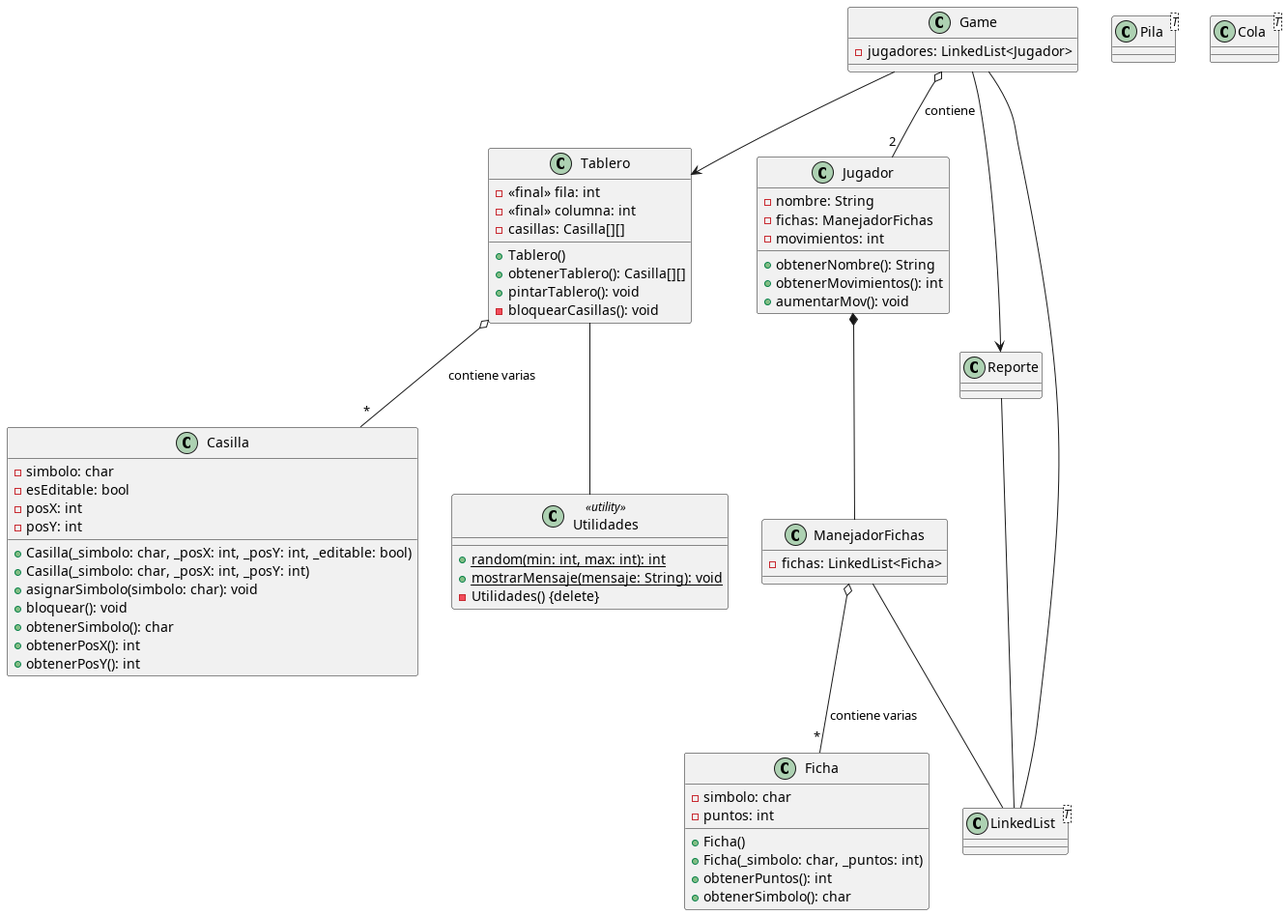
The PlantUML diagram design/Clases.png in JuanGio31/scrabble, before a commit. The source it was exported from:
```plantuml
@startuml Clases

class Casilla {
    - simbolo: char
    - esEditable: bool
    - posX: int
    - posY: int

    + Casilla(_simbolo: char, _posX: int, _posY: int, _editable: bool)
    + Casilla(_simbolo: char, _posX: int, _posY: int)
    + asignarSimbolo(simbolo: char): void
    + bloquear(): void
    + obtenerSimbolo(): char
    + obtenerPosX(): int
    + obtenerPosY(): int
}

class Tablero {
    - <<final>> fila: int
    - <<final>> columna: int
    - casillas: Casilla[][]

    + Tablero()
    + obtenerTablero(): Casilla[][]
    + pintarTablero(): void
    - bloquearCasillas(): void
}

class Utilidades <<utility>> {
    {static} + random(min: int, max: int): int
    {static} + mostrarMensaje(mensaje: String): void
    - Utilidades() {delete}
}

class Game {
    - jugadores: LinkedList<Jugador>
}

class Jugador {
    - nombre: String
    - fichas: ManejadorFichas
    - movimientos: int
    + obtenerNombre(): String
    + obtenerMovimientos(): int
    + aumentarMov(): void
}

class ManejadorFichas {
    - fichas: LinkedList<Ficha>
}

class Ficha {
    - simbolo: char
    - puntos: int

    + Ficha()
    + Ficha(_simbolo: char, _puntos: int)
    + obtenerPuntos(): int
    + obtenerSimbolo(): char
}

class Reporte {

}

class LinkedList<T> {

}

class Pila<T> {

}

class Cola<T> {

}

ManejadorFichas o-- "*" Ficha : contiene varias
Game o-- "2" Jugador : contiene
Tablero o-- "*" Casilla: contiene varias
Tablero -- Utilidades
Game --> Tablero
Jugador *-- ManejadorFichas
Game --> Reporte
Game -- LinkedList
ManejadorFichas -- LinkedList
Reporte -- LinkedList
@enduml
```
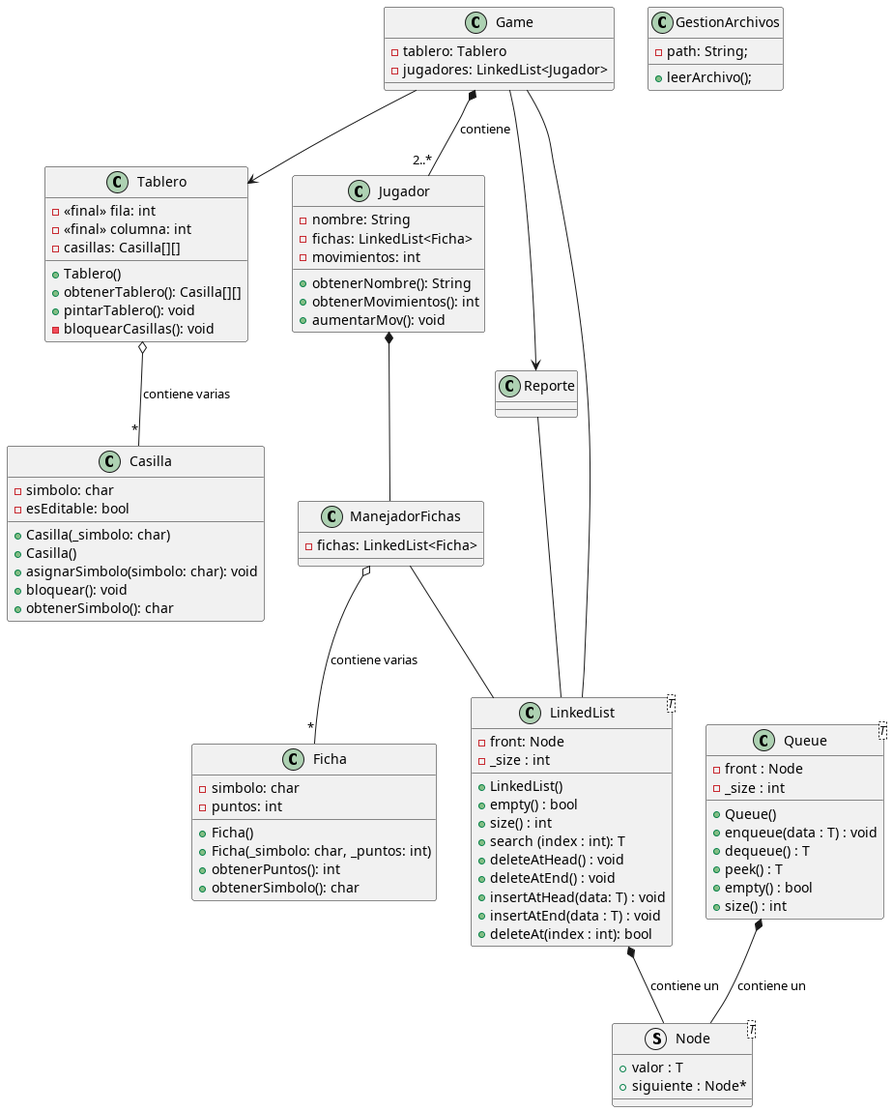
The same file after the commit.

Diff of the diagram source:
```diff
@@ -3,16 +3,12 @@
 class Casilla {
     - simbolo: char
     - esEditable: bool
-    - posX: int
-    - posY: int
 
-    + Casilla(_simbolo: char, _posX: int, _posY: int, _editable: bool)
-    + Casilla(_simbolo: char, _posX: int, _posY: int)
+    + Casilla(_simbolo: char)
+    + Casilla()
     + asignarSimbolo(simbolo: char): void
     + bloquear(): void
     + obtenerSimbolo(): char
-    + obtenerPosX(): int
-    + obtenerPosY(): int
 }
 
 class Tablero {
@@ -26,19 +22,14 @@
     - bloquearCasillas(): void
 }
 
-class Utilidades <<utility>> {
-    {static} + random(min: int, max: int): int
-    {static} + mostrarMensaje(mensaje: String): void
-    - Utilidades() {delete}
-}
-
 class Game {
+    - tablero: Tablero
     - jugadores: LinkedList<Jugador>
 }
 
 class Jugador {
     - nombre: String
-    - fichas: ManejadorFichas
+    - fichas: LinkedList<Ficha>
     - movimientos: int
     + obtenerNombre(): String
     + obtenerMovimientos(): int
@@ -61,28 +52,58 @@
 
 class Reporte {
 
+
+}
+
+struct Node<T> {
+    + valor : T
+    + siguiente : Node*
 }
 
 class LinkedList<T> {
+    - front: Node
+    - _size : int
 
+    + LinkedList()
+    + empty() : bool
+    + size() : int
+    + search (index : int): T
+    + deleteAtHead() : void
+    + deleteAtEnd() : void
+    + insertAtHead(data: T) : void
+    + insertAtEnd(data : T) : void
+    + deleteAt(index : int): bool
 }
 
-class Pila<T> {
 
+class Queue<T> {
+    - front : Node
+    - _size : int
+
+    + Queue()
+    + enqueue(data : T) : void
+    + dequeue() : T
+    + peek() : T
+    + empty() : bool
+    + size() : int
 }
 
-class Cola<T> {
+class GestionArchivos {
+    - path: String;
 
+    + leerArchivo();
 }
 
 ManejadorFichas o-- "*" Ficha : contiene varias
-Game o-- "2" Jugador : contiene
+Game *-- "2..*" Jugador : contiene
 Tablero o-- "*" Casilla: contiene varias
-Tablero -- Utilidades
 Game --> Tablero
 Jugador *-- ManejadorFichas
 Game --> Reporte
 Game -- LinkedList
 ManejadorFichas -- LinkedList
 Reporte -- LinkedList
+LinkedList *-- Node : contiene un
+Queue *-- Node : contiene un
+
 @enduml
```
